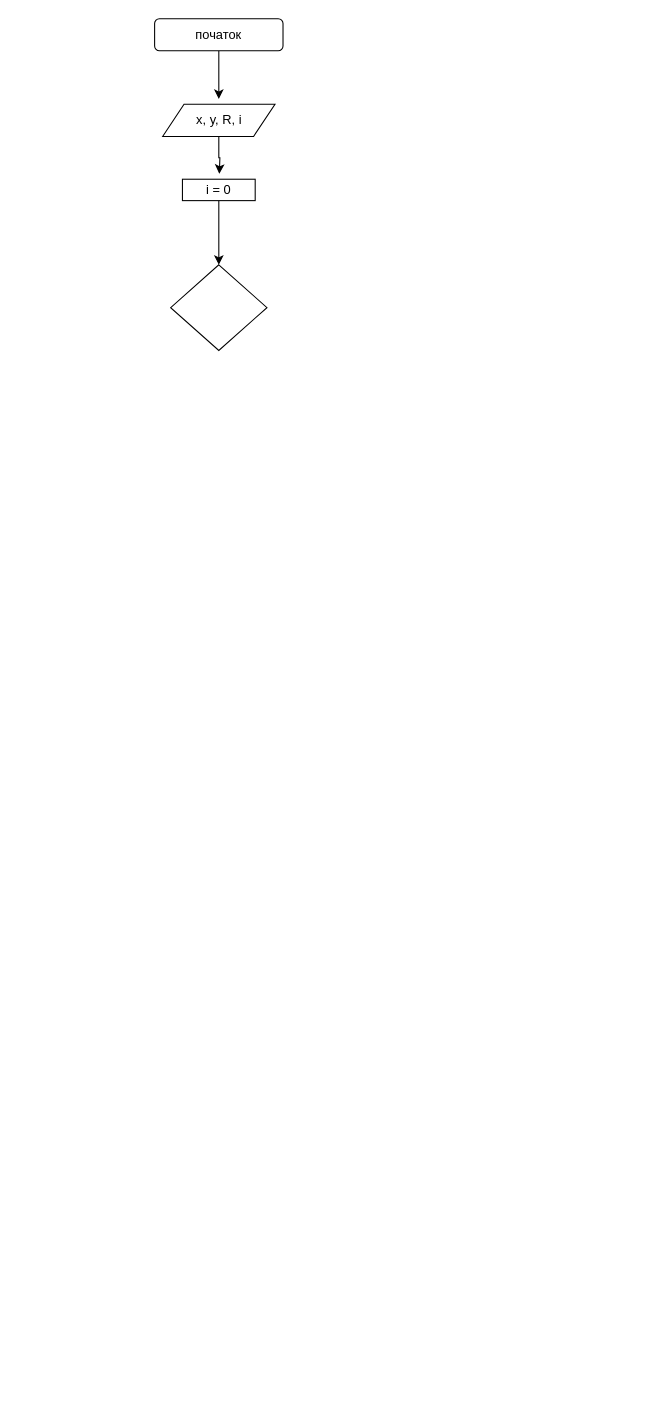
Sofiia213/4.5 keeps this draw.io diagram as page "Страница 1" (1 of 2) of Диаграмма без названия.drawio. Above is the earlier version. Source tidied: cells renumbered, new cells numbered last; positions are measured from the earlier drawing's top-left corner, leaving out a move shared by most shapes. Both pictures are drawn from the tidied source at 107%, with x=0, y=0 at pixel (154, 18).
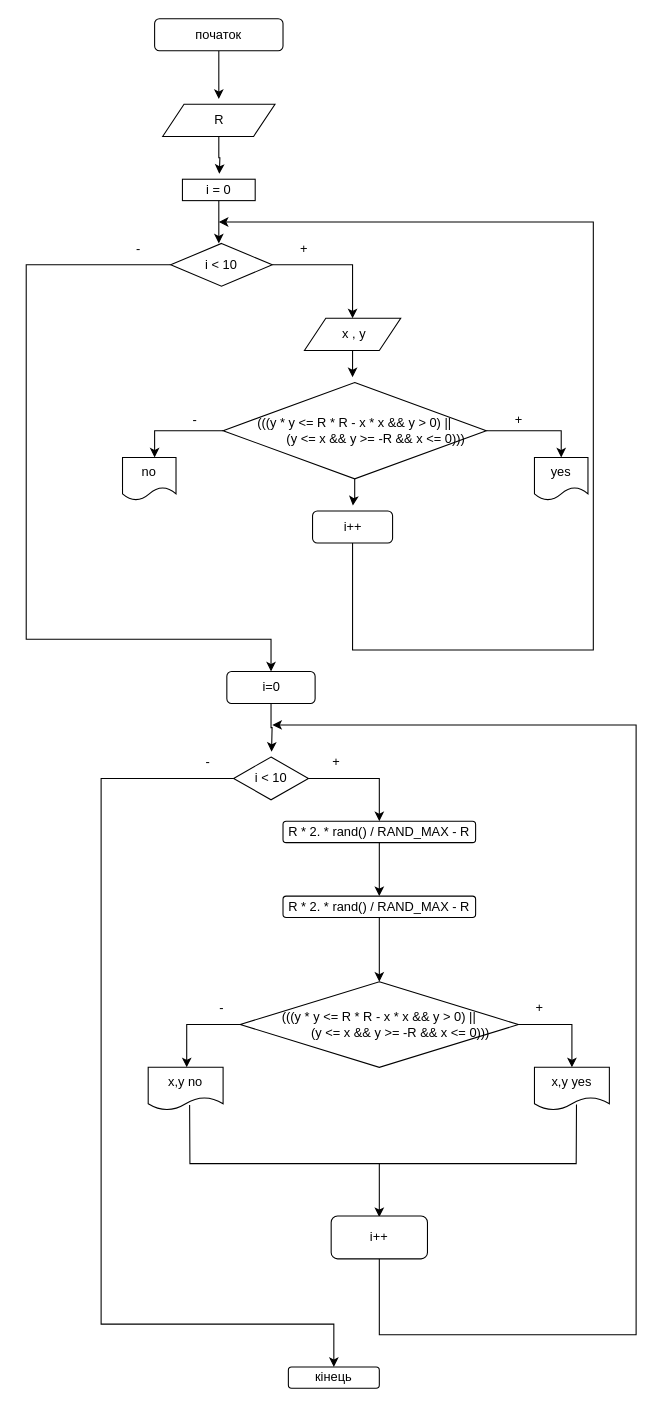
Above is the later version.

Unchanged cells that the change refers to:
```xml
<mxCell id="7" value="i = 0" style="rounded=0;whiteSpace=wrap;html=1;fillColor=#FFFFFF;" parent="1" vertex="1">
  <mxGeometry x="26" y="150" width="68" height="20" as="geometry" />
</mxCell>
```

Change to the diagram source:
```diff
@@
-    <mxCell id="5" value="x, y, R, i" style="shape=parallelogram;perimeter=parallelogramPerimeter;whiteSpace=wrap;html=1;fixedSize=1;fillColor=#FFFFFF;" parent="1" vertex="1">
+    <mxCell id="5" value="R" style="shape=parallelogram;perimeter=parallelogramPerimeter;whiteSpace=wrap;html=1;fixedSize=1;fillColor=#FFFFFF;" parent="1" vertex="1">
       <mxGeometry x="7.5" y="80" width="105" height="30" as="geometry" />
     </mxCell>
     <mxCell id="6" style="edgeStyle=orthogonalEdgeStyle;rounded=0;jettySize=auto;html=1;" parent="1" edge="1" source="7">
       <mxGeometry relative="1" as="geometry">
-        <mxPoint x="60" y="230" as="targetPoint" />
+        <mxPoint x="60" y="210" as="targetPoint" />
       </mxGeometry>
     </mxCell>
@@
+    <mxCell id="9" style="edgeStyle=orthogonalEdgeStyle;rounded=0;jettySize=auto;html=1;" parent="1" edge="1" source="8" target="12">
+      <mxGeometry relative="1" as="geometry" />
+    </mxCell>
+    <mxCell id="10" style="edgeStyle=orthogonalEdgeStyle;rounded=0;jettySize=auto;html=1;" parent="1" edge="1" source="8" target="26">
+      <mxGeometry relative="1" as="geometry">
+        <Array as="points">
+          <mxPoint x="-120" y="230" />
+          <mxPoint x="-120" y="580" />
+        </Array>
+      </mxGeometry>
+    </mxCell>
-    <mxCell id="8" style="rhombus;whiteSpace=wrap;html=1;fillColor=#FFFFFF;" parent="1" vertex="1">
-      <mxGeometry x="15" y="230" width="90" height="80" as="geometry" />
+    <mxCell id="8" value="i &amp;lt; 10" style="rhombus;whiteSpace=wrap;html=1;fillColor=#FFFFFF;" parent="1" vertex="1">
+      <mxGeometry x="15" y="210" width="95" height="40" as="geometry" />
     </mxCell>
+    <mxCell id="11" style="edgeStyle=orthogonalEdgeStyle;rounded=0;jettySize=auto;html=1;" parent="1" edge="1" source="12">
+      <mxGeometry relative="1" as="geometry">
+        <mxPoint x="185" y="335" as="targetPoint" />
+      </mxGeometry>
+    </mxCell>
+    <mxCell id="12" value="&amp;nbsp;x , y" style="shape=parallelogram;perimeter=parallelogramPerimeter;whiteSpace=wrap;html=1;fixedSize=1;" parent="1" vertex="1">
+      <mxGeometry x="140" y="280" width="90" height="30" as="geometry" />
+    </mxCell>
+    <mxCell id="13" style="edgeStyle=orthogonalEdgeStyle;rounded=0;jettySize=auto;html=1;" parent="1" edge="1" source="16" target="17">
+      <mxGeometry relative="1" as="geometry">
+        <Array as="points">
+          <mxPoint x="380" y="385" />
+          <mxPoint x="380" y="420" />
+        </Array>
+      </mxGeometry>
+    </mxCell>
+    <mxCell id="14" style="edgeStyle=orthogonalEdgeStyle;rounded=0;jettySize=auto;html=1;" parent="1" edge="1" source="16">
+      <mxGeometry relative="1" as="geometry">
+        <mxPoint y="410" as="targetPoint" />
+        <Array as="points">
+          <mxPoint y="385" />
+        </Array>
+      </mxGeometry>
+    </mxCell>
+    <mxCell id="15" style="edgeStyle=orthogonalEdgeStyle;rounded=0;jettySize=auto;html=1;" parent="1" edge="1" source="16">
+      <mxGeometry relative="1" as="geometry">
+        <mxPoint x="185.3" y="455" as="targetPoint" />
+      </mxGeometry>
+    </mxCell>
+    <mxCell id="16" value="&lt;div&gt;(((y * y &amp;lt;= R * R - x * x &amp;amp;&amp;amp; y &amp;gt; 0) ||&lt;/div&gt;&lt;div&gt;&amp;nbsp; &amp;nbsp; &amp;nbsp; &amp;nbsp; &amp;nbsp; &amp;nbsp; (y &amp;lt;= x &amp;amp;&amp;amp; y &amp;gt;= -R &amp;amp;&amp;amp; x &amp;lt;= 0)))&lt;/div&gt;" style="rhombus;whiteSpace=wrap;html=1;" parent="1" vertex="1">
+      <mxGeometry x="64" y="340" width="246" height="90" as="geometry" />
+    </mxCell>
+    <mxCell id="17" value="yes" style="shape=document;whiteSpace=wrap;html=1;boundedLbl=1;" parent="1" vertex="1">
+      <mxGeometry x="355" y="410" width="50" height="40" as="geometry" />
+    </mxCell>
+    <mxCell id="18" value="+" style="text;html=1;align=center;verticalAlign=middle;fillColor=none;strokeColor=none;rounded=0;" parent="1" vertex="1">
+      <mxGeometry x="325" y="360" width="30" height="30" as="geometry" />
+    </mxCell>
+    <mxCell id="19" value="-" style="text;html=1;strokeColor=none;fillColor=none;align=center;verticalAlign=middle;whiteSpace=wrap;rounded=0;" parent="1" vertex="1">
+      <mxGeometry x="7.5" y="360" width="60" height="30" as="geometry" />
+    </mxCell>
+    <mxCell id="20" value="no" style="shape=document;whiteSpace=wrap;html=1;boundedLbl=1;" parent="1" vertex="1">
+      <mxGeometry x="-30" y="410" width="50" height="40" as="geometry" />
+    </mxCell>
+    <mxCell id="21" value="+" style="text;html=1;strokeColor=none;fillColor=none;align=center;verticalAlign=middle;whiteSpace=wrap;rounded=0;" parent="1" vertex="1">
+      <mxGeometry x="110" y="200" width="60" height="30" as="geometry" />
+    </mxCell>
+    <mxCell id="22" style="edgeStyle=orthogonalEdgeStyle;rounded=0;jettySize=auto;html=1;" parent="1" edge="1" source="23">
+      <mxGeometry relative="1" as="geometry">
+        <mxPoint x="60" y="190" as="targetPoint" />
+        <Array as="points">
+          <mxPoint x="185" y="590" />
+          <mxPoint x="410" y="590" />
+          <mxPoint x="410" y="190" />
+          <mxPoint x="185" y="190" />
+        </Array>
+      </mxGeometry>
+    </mxCell>
+    <mxCell id="23" value="i++" style="rounded=1;whiteSpace=wrap;html=1;" parent="1" vertex="1">
+      <mxGeometry x="147.6" y="460" width="74.8" height="30" as="geometry" />
+    </mxCell>
+    <mxCell id="24" value="-" style="text;html=1;strokeColor=none;fillColor=none;align=center;verticalAlign=middle;whiteSpace=wrap;rounded=0;" parent="1" vertex="1">
+      <mxGeometry x="-45" y="200" width="60" height="30" as="geometry" />
+    </mxCell>
+    <mxCell id="25" style="edgeStyle=orthogonalEdgeStyle;rounded=0;jettySize=auto;html=1;" parent="1" edge="1" source="26">
+      <mxGeometry relative="1" as="geometry">
+        <mxPoint x="109.3" y="685" as="targetPoint" />
+      </mxGeometry>
+    </mxCell>
+    <mxCell id="26" value="i=0" style="rounded=1;whiteSpace=wrap;html=1;" parent="1" vertex="1">
+      <mxGeometry x="67.5" y="610" width="82.5" height="30" as="geometry" />
+    </mxCell>
+    <mxCell id="27" style="edgeStyle=orthogonalEdgeStyle;rounded=0;jettySize=auto;html=1;" parent="1" edge="1" source="29">
+      <mxGeometry relative="1" as="geometry">
+        <mxPoint x="210" y="750" as="targetPoint" />
+        <Array as="points">
+          <mxPoint x="210" y="710" />
+          <mxPoint x="210" y="750" />
+        </Array>
+      </mxGeometry>
+    </mxCell>
+    <mxCell id="28" style="edgeStyle=orthogonalEdgeStyle;rounded=0;jettySize=auto;html=1;" parent="1" edge="1" source="29" target="47">
+      <mxGeometry relative="1" as="geometry">
+        <Array as="points">
+          <mxPoint x="-50" y="710" />
+          <mxPoint x="-50" y="1220" />
+        </Array>
+      </mxGeometry>
+    </mxCell>
+    <mxCell id="29" value="i &amp;lt; 10" style="rhombus;whiteSpace=wrap;html=1;" parent="1" vertex="1">
+      <mxGeometry x="73.8" y="690" width="70" height="40" as="geometry" />
+    </mxCell>
+    <mxCell id="30" value="+" style="text;html=1;strokeColor=none;fillColor=none;align=center;verticalAlign=middle;whiteSpace=wrap;rounded=0;" parent="1" vertex="1">
+      <mxGeometry x="140" y="680" width="60" height="30" as="geometry" />
+    </mxCell>
+    <mxCell id="31" value="-" style="text;html=1;strokeColor=none;fillColor=none;align=center;verticalAlign=middle;whiteSpace=wrap;rounded=0;" parent="1" vertex="1">
+      <mxGeometry x="20" y="680" width="60" height="30" as="geometry" />
+    </mxCell>
+    <mxCell id="32" style="edgeStyle=orthogonalEdgeStyle;rounded=0;jettySize=auto;html=1;" parent="1" edge="1" source="33" target="35">
+      <mxGeometry relative="1" as="geometry" />
+    </mxCell>
+    <mxCell id="33" value="R * 2. * rand() / RAND_MAX - R" style="rounded=1;whiteSpace=wrap;html=1;" parent="1" vertex="1">
+      <mxGeometry x="120" y="750" width="180" height="20" as="geometry" />
+    </mxCell>
+    <mxCell id="34" style="edgeStyle=orthogonalEdgeStyle;rounded=0;jettySize=auto;html=1;" parent="1" edge="1" source="35">
+      <mxGeometry relative="1" as="geometry">
+        <mxPoint x="210" y="900" as="targetPoint" />
+      </mxGeometry>
+    </mxCell>
+    <mxCell id="35" value="R * 2. * rand() / RAND_MAX - R" style="rounded=1;whiteSpace=wrap;html=1;" parent="1" vertex="1">
+      <mxGeometry x="120" y="820" width="180" height="20" as="geometry" />
+    </mxCell>
+    <mxCell id="36" style="edgeStyle=orthogonalEdgeStyle;rounded=0;jettySize=auto;html=1;" parent="1" edge="1" source="38">
+      <mxGeometry relative="1" as="geometry">
+        <mxPoint x="30" y="980" as="targetPoint" />
+        <Array as="points">
+          <mxPoint x="30" y="940" />
+        </Array>
+      </mxGeometry>
+    </mxCell>
+    <mxCell id="37" style="edgeStyle=orthogonalEdgeStyle;rounded=0;jettySize=auto;html=1;" parent="1" edge="1" source="38">
+      <mxGeometry relative="1" as="geometry">
+        <mxPoint x="390" y="980" as="targetPoint" />
+        <Array as="points">
+          <mxPoint x="390" y="940" />
+        </Array>
+      </mxGeometry>
+    </mxCell>
+    <mxCell id="38" value="&lt;div&gt;(((y * y &amp;lt;= R * R - x * x &amp;amp;&amp;amp; y &amp;gt; 0) ||&lt;/div&gt;&lt;div&gt;&amp;nbsp; &amp;nbsp; &amp;nbsp; &amp;nbsp; &amp;nbsp; &amp;nbsp; (y &amp;lt;= x &amp;amp;&amp;amp; y &amp;gt;= -R &amp;amp;&amp;amp; x &amp;lt;= 0)))&lt;/div&gt;" style="rhombus;whiteSpace=wrap;html=1;" parent="1" vertex="1">
+      <mxGeometry x="80" y="900" width="260" height="80" as="geometry" />
+    </mxCell>
+    <mxCell id="39" value="+" style="text;html=1;strokeColor=none;fillColor=none;align=center;verticalAlign=middle;whiteSpace=wrap;rounded=0;" parent="1" vertex="1">
+      <mxGeometry x="330" y="910" width="60" height="30" as="geometry" />
+    </mxCell>
+    <mxCell id="40" value="-" style="text;html=1;strokeColor=none;fillColor=none;align=center;verticalAlign=middle;whiteSpace=wrap;rounded=0;" parent="1" vertex="1">
+      <mxGeometry x="32.5" y="910" width="60" height="30" as="geometry" />
+    </mxCell>
+    <mxCell id="41" value="x,y yes" style="shape=document;whiteSpace=wrap;html=1;boundedLbl=1;" parent="1" vertex="1">
+      <mxGeometry x="355" y="980" width="70" height="40" as="geometry" />
+    </mxCell>
+    <mxCell id="42" value="x,y no" style="shape=document;whiteSpace=wrap;html=1;boundedLbl=1;" parent="1" vertex="1">
+      <mxGeometry x="-6" y="980" width="70" height="40" as="geometry" />
+    </mxCell>
+    <mxCell id="43" style="endArrow=none;html=1;rounded=0;exitX=0.553;exitY=0.881;exitDx=0;exitDy=0;exitPerimeter=0;entryX=0.561;entryY=0.87;entryDx=0;entryDy=0;entryPerimeter=0;" parent="1" edge="1" source="42" target="41">
+      <mxGeometry relative="1" as="geometry">
+        <Array as="points">
+          <mxPoint x="33" y="1070" />
+          <mxPoint x="394" y="1070" />
+        </Array>
+      </mxGeometry>
+    </mxCell>
+    <mxCell id="44" style="endArrow=classic;html=1;rounded=0;" parent="1" edge="1">
+      <mxGeometry relative="1" as="geometry">
+        <mxPoint x="210" y="1070" as="sourcePoint" />
+        <mxPoint x="210" y="1120" as="targetPoint" />
+      </mxGeometry>
+    </mxCell>
+    <mxCell id="45" style="edgeStyle=orthogonalEdgeStyle;rounded=0;jettySize=auto;html=1;" parent="1" edge="1" source="46">
+      <mxGeometry relative="1" as="geometry">
+        <mxPoint x="110" y="660" as="targetPoint" />
+        <Array as="points">
+          <mxPoint x="210" y="1230" />
+          <mxPoint x="450" y="1230" />
+          <mxPoint x="450" y="660" />
+        </Array>
+      </mxGeometry>
+    </mxCell>
+    <mxCell id="46" value="i++" style="rounded=1;whiteSpace=wrap;html=1;" parent="1" vertex="1">
+      <mxGeometry x="165" y="1119" width="90" height="40" as="geometry" />
+    </mxCell>
+    <mxCell id="47" value="кінець" style="rounded=1;whiteSpace=wrap;html=1;" parent="1" vertex="1">
+      <mxGeometry x="125" y="1260" width="85" height="20" as="geometry" />
+    </mxCell>
```
